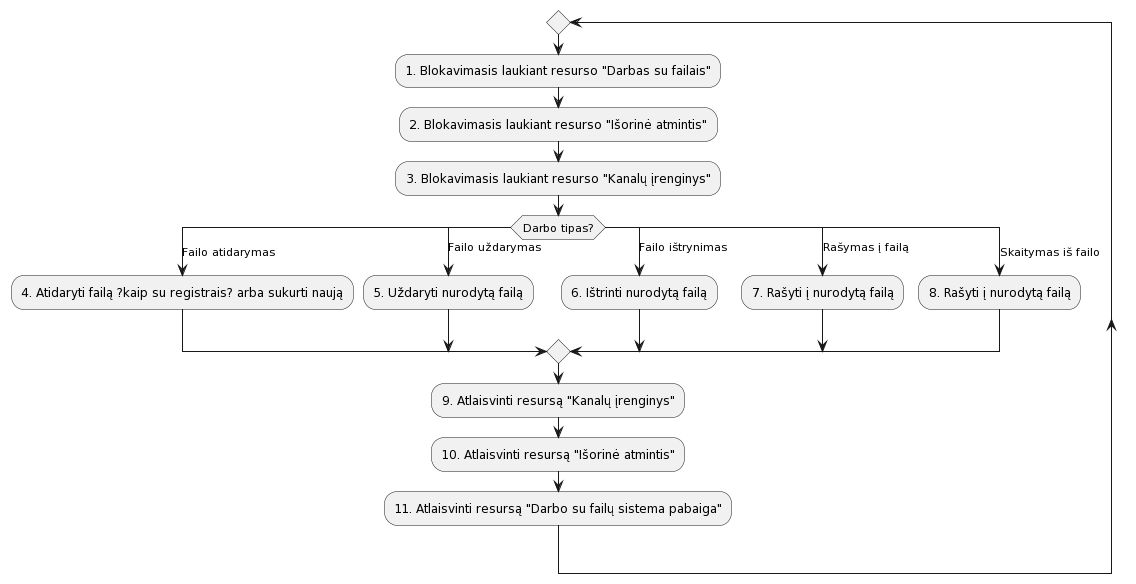
Earlier version of the PlantUML export aprasymas2/img/FileSystem.png (Mdominykas/OS).
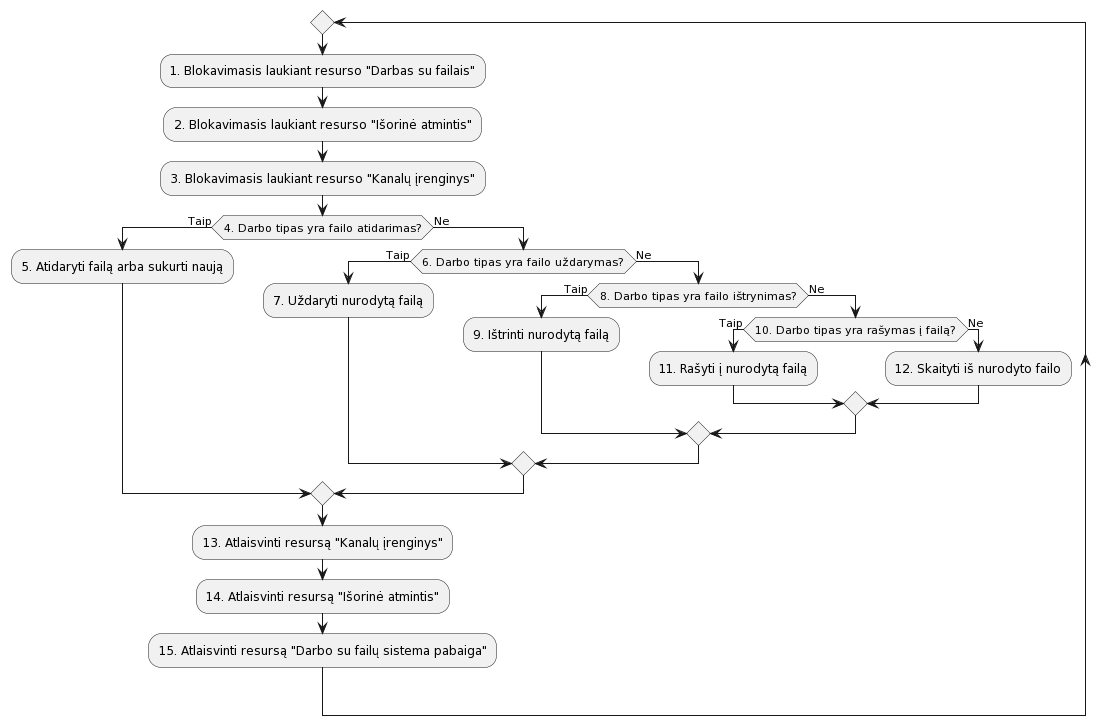
The same diagram one commit later.

What changed in the source:
```diff
@@ -3,19 +3,24 @@
   :1. Blokavimasis laukiant resurso "Darbas su failais";
   :2. Blokavimasis laukiant resurso "Išorinė atmintis";
   :3. Blokavimasis laukiant resurso "Kanalų įrenginys";
-  switch (Darbo tipas?)
-  case (Failo atidarymas)
-    :4. Atidaryti failą ?kaip su registrais? arba sukurti naują;
-  case (Failo uždarymas)
-    :5. Uždaryti nurodytą failą;
-  case (Failo ištrynimas)
-    :6. Ištrinti nurodytą failą;
-  case (Rašymas į failą)
-    :7. Rašyti į nurodytą failą;
-  case (Skaitymas iš failo)
-    :8. Rašyti į nurodytą failą;
-  endswitch
-  :9. Atlaisvinti resursą "Kanalų įrenginys";
-  :10. Atlaisvinti resursą "Išorinė atmintis";
-  :11. Atlaisvinti resursą "Darbo su failų sistema pabaiga";
+  if (4. Darbo tipas yra failo atidarimas?) is (Taip) then
+    :5. Atidaryti failą arba sukurti naują;
+  else (Ne)
+    if (6. Darbo tipas yra failo uždarymas?) is (Taip) then
+      :7. Uždaryti nurodytą failą;
+    else (Ne)
+      if (8. Darbo tipas yra failo ištrynimas?) is (Taip) then
+        :9. Ištrinti nurodytą failą;
+      else (Ne)
+        if (10. Darbo tipas yra rašymas į failą?) is (Taip) then
+          :11. Rašyti į nurodytą failą;
+        else (Ne)
+          :12. Skaityti iš nurodyto failo;
+        endif
+      endif
+    endif
+  endif
+  :13. Atlaisvinti resursą "Kanalų įrenginys";
+  :14. Atlaisvinti resursą "Išorinė atmintis";
+  :15. Atlaisvinti resursą "Darbo su failų sistema pabaiga";
 @enduml
```
